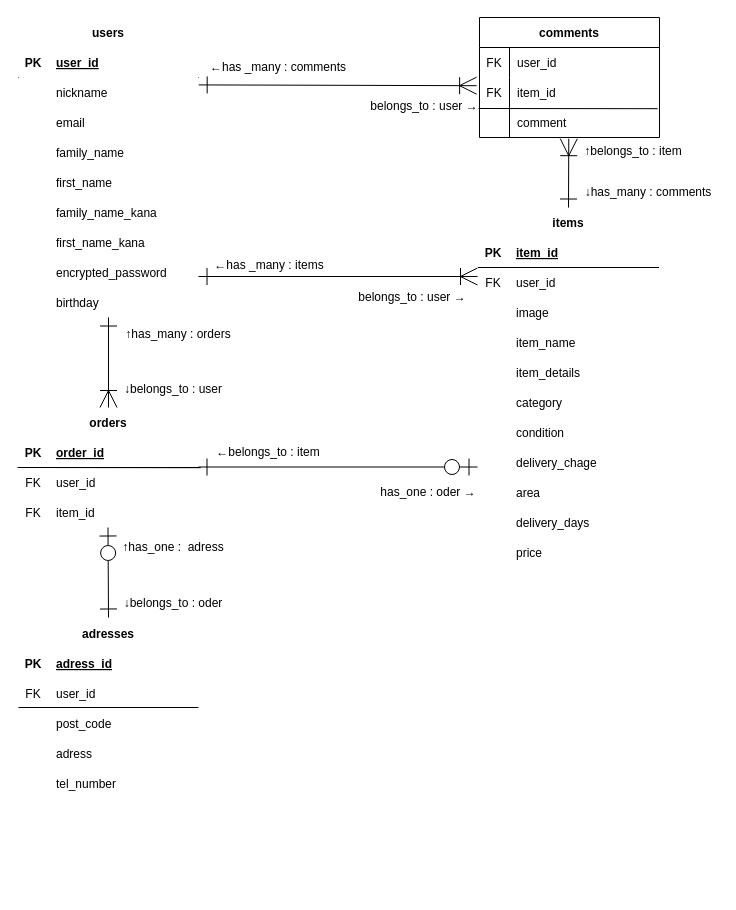
Above: furima.dio in koguma-san/furima-40371 (draw.io), before the change. Source tidied: cells renumbered, new cells numbered last; positions are measured from the earlier drawing's top-left corner, leaving out a move shared by most shapes. Both pictures are drawn from the tidied source at 100%, with x=0, y=0 at pixel (17, 17).
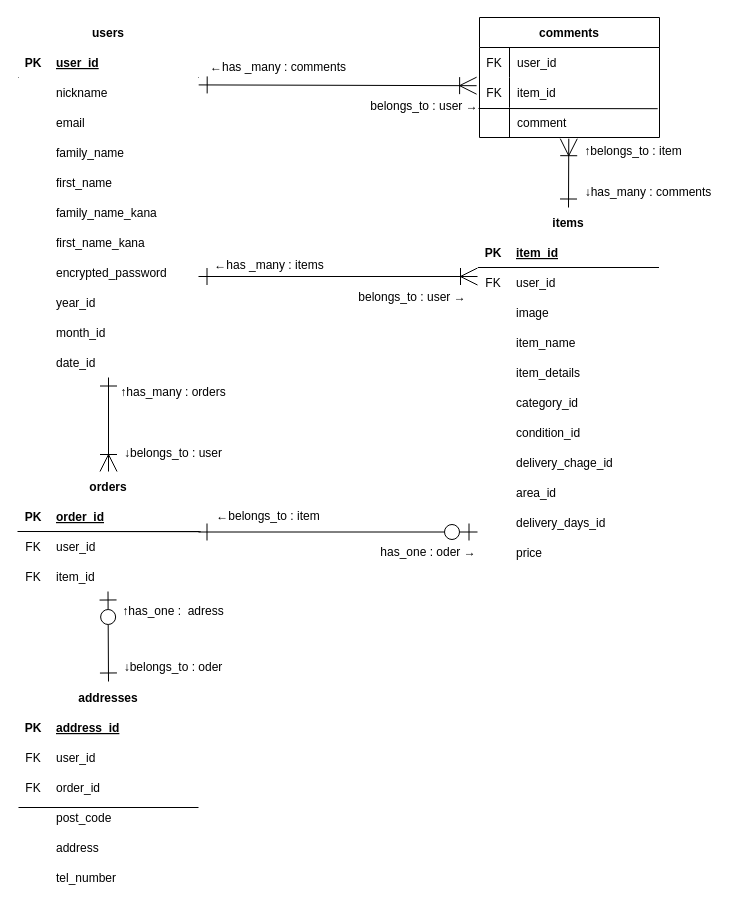
The same page after the edit.

Commit message (it also covers changes not shown here):
データベース設計修正

The change refers to these unchanged cells:
```xml
<mxCell id="27" style="shape=tableRow;horizontal=0;startSize=0;swimlaneHead=0;swimlaneBody=0;fillColor=none;points=[[0,0.5],[1,0.5]];portConstraint=eastwest;top=0;left=0;right=0;bottom=0;strokeColor=#ffffff;" parent="2" vertex="1">
  <mxGeometry y="270" width="180" height="30" as="geometry" />
</mxCell>
<mxCell id="46" style="shape=tableRow;horizontal=0;startSize=0;swimlaneHead=0;swimlaneBody=0;fillColor=none;top=0;left=0;right=0;bottom=0;strokeColor=#ffffff;" parent="30" vertex="1">
  <mxGeometry y="180" width="180" height="30" as="geometry" />
</mxCell>
<mxCell id="49" style="shape=tableRow;horizontal=0;startSize=0;swimlaneHead=0;swimlaneBody=0;fillColor=none;top=0;left=0;right=0;bottom=0;strokeColor=#ffffff;" parent="30" vertex="1">
  <mxGeometry y="210" width="180" height="30" as="geometry" />
</mxCell>
<mxCell id="52" style="shape=tableRow;horizontal=0;startSize=0;swimlaneHead=0;swimlaneBody=0;fillColor=none;top=0;left=0;right=0;bottom=0;strokeColor=#ffffff;" parent="30" vertex="1">
  <mxGeometry y="240" width="180" height="30" as="geometry" />
</mxCell>
<mxCell id="55" style="shape=tableRow;horizontal=0;startSize=0;swimlaneHead=0;swimlaneBody=0;fillColor=none;top=0;left=0;right=0;bottom=0;strokeColor=#ffffff;" parent="30" vertex="1">
  <mxGeometry y="270" width="180" height="30" as="geometry" />
</mxCell>
<mxCell id="58" style="shape=tableRow;horizontal=0;startSize=0;swimlaneHead=0;swimlaneBody=0;fillColor=none;top=0;left=0;right=0;bottom=0;strokeColor=#ffffff;" parent="30" vertex="1">
  <mxGeometry y="300" width="180" height="30" as="geometry" />
</mxCell>
<mxCell id="68" style="shape=tableRow;horizontal=0;startSize=0;swimlaneHead=0;swimlaneBody=0;fillColor=none;points=[[0,0.5],[1,0.5]];portConstraint=eastwest;top=0;left=0;right=0;bottom=0;strokeColor=#ffffff;" parent="64" vertex="1">
  <mxGeometry y="60" width="180" height="30" as="geometry" />
</mxCell>
<mxCell id="75" style="shape=tableRow;horizontal=0;startSize=0;swimlaneHead=0;swimlaneBody=0;fillColor=none;top=0;left=0;right=0;bottom=1;strokeColor=#ffffff;" parent="74" vertex="1">
  <mxGeometry y="30" width="180" height="30" as="geometry" />
</mxCell>
```

What changed in the source:
```diff
@@
     <mxCell id="2" value="users" style="shape=table;startSize=30;childLayout=tableLayout;rowLines=0;fontStyle=1;align=center;strokeColor=#ffffff;" parent="1" vertex="1">
-      <mxGeometry x="1" width="180" height="300" as="geometry" />
+      <mxGeometry x="1" width="180" height="360" as="geometry" />
     </mxCell>
@@
-    <mxCell id="29" value="birthday" style="shape=partialRectangle;fillColor=none;top=0;left=0;bottom=0;right=0;align=left;spacingLeft=6;overflow=hidden;strokeColor=#ffffff;" parent="27" vertex="1">
+    <mxCell id="29" value="year_id" style="shape=partialRectangle;fillColor=none;top=0;left=0;bottom=0;right=0;align=left;spacingLeft=6;overflow=hidden;strokeColor=#ffffff;" parent="27" vertex="1">
       <mxGeometry x="30" width="150" height="30" as="geometry" />
     </mxCell>
+    <mxCell id="125" style="shape=tableRow;horizontal=0;startSize=0;swimlaneHead=0;swimlaneBody=0;fillColor=none;top=0;left=0;right=0;bottom=0;strokeColor=default;" parent="2" vertex="1">
+      <mxGeometry y="300" width="180" height="30" as="geometry" />
+    </mxCell>
+    <mxCell id="126" style="shape=partialRectangle;fillColor=none;top=0;left=0;bottom=0;right=0;overflow=hidden;strokeColor=default;" parent="125" vertex="1">
+      <mxGeometry width="30" height="30" as="geometry" />
+    </mxCell>
+    <mxCell id="127" value="month_id" style="shape=partialRectangle;fillColor=none;top=0;left=0;bottom=0;right=0;align=left;spacingLeft=6;overflow=hidden;strokeColor=default;" parent="125" vertex="1">
+      <mxGeometry x="30" width="150" height="30" as="geometry" />
+    </mxCell>
+    <mxCell id="128" style="shape=tableRow;horizontal=0;startSize=0;swimlaneHead=0;swimlaneBody=0;fillColor=none;top=0;left=0;right=0;bottom=0;strokeColor=default;" parent="2" vertex="1">
+      <mxGeometry y="330" width="180" height="30" as="geometry" />
+    </mxCell>
+    <mxCell id="129" style="shape=partialRectangle;fillColor=none;top=0;left=0;bottom=0;right=0;overflow=hidden;strokeColor=default;" parent="128" vertex="1">
+      <mxGeometry width="30" height="30" as="geometry" />
+    </mxCell>
+    <mxCell id="130" value="date_id" style="shape=partialRectangle;fillColor=none;top=0;left=0;bottom=0;right=0;align=left;spacingLeft=6;overflow=hidden;strokeColor=default;" parent="128" vertex="1">
+      <mxGeometry x="30" width="150" height="30" as="geometry" />
+    </mxCell>
@@
-    <mxCell id="48" value="category" style="shape=partialRectangle;fillColor=none;top=0;left=0;bottom=0;right=0;align=left;spacingLeft=6;overflow=hidden;strokeColor=#ffffff;" parent="46" vertex="1">
+    <mxCell id="48" value="category_id" style="shape=partialRectangle;fillColor=none;top=0;left=0;bottom=0;right=0;align=left;spacingLeft=6;overflow=hidden;strokeColor=#ffffff;" parent="46" vertex="1">
       <mxGeometry x="30" width="150" height="30" as="geometry" />
     </mxCell>
@@
-    <mxCell id="51" value="condition" style="shape=partialRectangle;fillColor=none;top=0;left=0;bottom=0;right=0;align=left;spacingLeft=6;overflow=hidden;strokeColor=#ffffff;" parent="49" vertex="1">
+    <mxCell id="51" value="condition_id" style="shape=partialRectangle;fillColor=none;top=0;left=0;bottom=0;right=0;align=left;spacingLeft=6;overflow=hidden;strokeColor=#ffffff;" parent="49" vertex="1">
       <mxGeometry x="30" width="150" height="30" as="geometry" />
     </mxCell>
@@
-    <mxCell id="54" value="delivery_chage" style="shape=partialRectangle;fillColor=none;top=0;left=0;bottom=0;right=0;align=left;spacingLeft=6;overflow=hidden;strokeColor=#ffffff;" parent="52" vertex="1">
+    <mxCell id="54" value="delivery_chage_id" style="shape=partialRectangle;fillColor=none;top=0;left=0;bottom=0;right=0;align=left;spacingLeft=6;overflow=hidden;strokeColor=#ffffff;" parent="52" vertex="1">
       <mxGeometry x="30" width="150" height="30" as="geometry" />
     </mxCell>
@@
-    <mxCell id="57" value="area" style="shape=partialRectangle;fillColor=none;top=0;left=0;bottom=0;right=0;align=left;spacingLeft=6;overflow=hidden;strokeColor=#ffffff;" parent="55" vertex="1">
+    <mxCell id="57" value="area_id" style="shape=partialRectangle;fillColor=none;top=0;left=0;bottom=0;right=0;align=left;spacingLeft=6;overflow=hidden;strokeColor=#ffffff;" parent="55" vertex="1">
       <mxGeometry x="30" width="150" height="30" as="geometry" />
     </mxCell>
@@
-    <mxCell id="60" value="delivery_days" style="shape=partialRectangle;fillColor=none;top=0;left=0;bottom=0;right=0;align=left;spacingLeft=6;overflow=hidden;strokeColor=#ffffff;" parent="58" vertex="1">
+    <mxCell id="60" value="delivery_days_id" style="shape=partialRectangle;fillColor=none;top=0;left=0;bottom=0;right=0;align=left;spacingLeft=6;overflow=hidden;strokeColor=#ffffff;" parent="58" vertex="1">
       <mxGeometry x="30" width="150" height="30" as="geometry" />
     </mxCell>
@@
     <mxCell id="64" value="orders" style="shape=table;startSize=30;childLayout=tableLayout;rowLines=0;fontStyle=1;align=center;strokeColor=#ffffff;" parent="1" vertex="1">
-      <mxGeometry x="1" y="390" width="180" height="120" as="geometry" />
+      <mxGeometry x="1" y="454" width="180" height="120" as="geometry" />
     </mxCell>
@@
-    <mxCell id="74" value="adresses" style="shape=table;startSize=30;childLayout=tableLayout;rowLines=0;fontStyle=1;align=center;strokeColor=#ffffff;" parent="1" vertex="1">
-      <mxGeometry x="1" y="601" width="180" height="180" as="geometry" />
+    <mxCell id="74" value="addresses" style="shape=table;startSize=30;childLayout=tableLayout;rowLines=0;fontStyle=1;align=center;strokeColor=#ffffff;" parent="1" vertex="1">
+      <mxGeometry x="1" y="665" width="180" height="210" as="geometry" />
     </mxCell>
@@
-    <mxCell id="77" value="adress_id" style="shape=partialRectangle;fillColor=none;top=0;left=0;bottom=0;right=0;align=left;spacingLeft=6;fontStyle=5;overflow=hidden;strokeColor=#ffffff;" parent="75" vertex="1">
+    <mxCell id="77" value="address_id" style="shape=partialRectangle;fillColor=none;top=0;left=0;bottom=0;right=0;align=left;spacingLeft=6;fontStyle=5;overflow=hidden;strokeColor=#ffffff;" parent="75" vertex="1">
       <mxGeometry x="30" width="150" height="30" as="geometry" />
     </mxCell>
@@
+    <mxCell id="131" style="shape=tableRow;horizontal=0;startSize=0;swimlaneHead=0;swimlaneBody=0;fillColor=none;top=0;left=0;right=0;bottom=0;strokeColor=default;" parent="74" vertex="1">
+      <mxGeometry y="90" width="180" height="30" as="geometry" />
+    </mxCell>
+    <mxCell id="132" value="FK" style="shape=partialRectangle;fillColor=none;top=0;left=0;bottom=0;right=0;fontStyle=0;overflow=hidden;strokeColor=default;" parent="131" vertex="1">
+      <mxGeometry width="30" height="30" as="geometry" />
+    </mxCell>
+    <mxCell id="133" value="order_id" style="shape=partialRectangle;fillColor=none;top=0;left=0;bottom=0;right=0;align=left;spacingLeft=6;fontStyle=0;overflow=hidden;strokeColor=default;" parent="131" vertex="1">
+      <mxGeometry x="30" width="150" height="30" as="geometry" />
+    </mxCell>
     <mxCell id="81" style="shape=tableRow;horizontal=0;startSize=0;swimlaneHead=0;swimlaneBody=0;fillColor=none;top=0;left=0;right=0;bottom=0;strokeColor=#ffffff;" parent="74" vertex="1">
-      <mxGeometry y="90" width="180" height="30" as="geometry" />
+      <mxGeometry y="120" width="180" height="30" as="geometry" />
     </mxCell>
@@
     <mxCell id="84" style="shape=tableRow;horizontal=0;startSize=0;swimlaneHead=0;swimlaneBody=0;fillColor=none;top=0;left=0;right=0;bottom=0;strokeColor=#ffffff;" parent="74" vertex="1">
-      <mxGeometry y="120" width="180" height="30" as="geometry" />
+      <mxGeometry y="150" width="180" height="30" as="geometry" />
     </mxCell>
@@
-    <mxCell id="86" value="adress" style="shape=partialRectangle;fillColor=none;top=0;left=0;bottom=0;right=0;align=left;spacingLeft=6;overflow=hidden;strokeColor=#ffffff;" parent="84" vertex="1">
+    <mxCell id="86" value="address" style="shape=partialRectangle;fillColor=none;top=0;left=0;bottom=0;right=0;align=left;spacingLeft=6;overflow=hidden;strokeColor=#ffffff;" parent="84" vertex="1">
       <mxGeometry x="30" width="150" height="30" as="geometry" />
     </mxCell>
     <mxCell id="87" style="shape=tableRow;horizontal=0;startSize=0;swimlaneHead=0;swimlaneBody=0;fillColor=none;top=0;left=0;right=0;bottom=0;strokeColor=#ffffff;" parent="74" vertex="1">
-      <mxGeometry y="150" width="180" height="30" as="geometry" />
+      <mxGeometry y="180" width="180" height="30" as="geometry" />
     </mxCell>
@@
-    <mxCell id="96" style="fontSize=12;html=1;endArrow=ERoneToMany;startArrow=ERone;startFill=0;strokeWidth=1;endSize=15;startSize=15;" parent="1" edge="1" source="27" target="64">
-      <mxGeometry relative="1" as="geometry" />
+    <mxCell id="96" style="fontSize=12;html=1;endArrow=ERoneToMany;startArrow=ERone;startFill=0;strokeWidth=1;endSize=15;startSize=15;" parent="1" edge="1" target="64">
+      <mxGeometry relative="1" as="geometry">
+        <mxPoint x="91" y="360" as="sourcePoint" />
+      </mxGeometry>
     </mxCell>
     <mxCell id="97" style="fontSize=12;html=1;endArrow=ERzeroToOne;exitX=1;exitY=0.5;exitDx=0;exitDy=0;startArrow=ERone;startFill=0;strokeWidth=1;endSize=15;startSize=15;endFill=0;" parent="1" edge="1">
       <mxGeometry relative="1" as="geometry">
-        <mxPoint x="181" y="449.5" as="sourcePoint" />
-        <mxPoint x="460" y="449.5" as="targetPoint" />
+        <mxPoint x="181" y="514.5" as="sourcePoint" />
+        <mxPoint x="460" y="514.5" as="targetPoint" />
       </mxGeometry>
     </mxCell>
     <mxCell id="98" style="fontSize=12;html=1;endArrow=ERone;startArrow=ERzeroToOne;startFill=0;strokeWidth=1;endSize=15;startSize=15;endFill=0;" parent="1" edge="1">
       <mxGeometry relative="1" as="geometry">
-        <mxPoint x="90.5" y="510" as="sourcePoint" />
-        <mxPoint x="91" y="600" as="targetPoint" />
+        <mxPoint x="90.5" y="574" as="sourcePoint" />
+        <mxPoint x="91" y="664" as="targetPoint" />
       </mxGeometry>
     </mxCell>
@@
     <mxCell id="101" value="←belongs_to : item" style="text;html=1;strokeColor=none;fillColor=none;align=center;verticalAlign=middle;whiteSpace=wrap;rounded=0;" parent="1" vertex="1">
-      <mxGeometry x="191" y="420" width="120" height="30" as="geometry" />
+      <mxGeometry x="191" y="484" width="120" height="30" as="geometry" />
     </mxCell>
@@
     <mxCell id="105" value="↓belongs_to : user" style="text;html=1;strokeColor=none;fillColor=none;align=center;verticalAlign=middle;whiteSpace=wrap;rounded=0;" parent="1" vertex="1">
-      <mxGeometry x="101" y="357" width="110" height="30" as="geometry" />
+      <mxGeometry x="101" y="421" width="110" height="30" as="geometry" />
     </mxCell>
     <mxCell id="106" value="↑has_many : orders" style="text;html=1;strokeColor=none;fillColor=none;align=center;verticalAlign=middle;whiteSpace=wrap;rounded=0;" parent="1" vertex="1">
-      <mxGeometry x="101" y="302" width="120" height="30" as="geometry" />
+      <mxGeometry x="96" y="360" width="120" height="30" as="geometry" />
     </mxCell>
@@
     <mxCell id="108" value="has_one : oder →" style="text;html=1;strokeColor=none;fillColor=none;align=center;verticalAlign=middle;whiteSpace=wrap;rounded=0;" parent="1" vertex="1">
-      <mxGeometry x="361" y="460" width="100" height="30" as="geometry" />
+      <mxGeometry x="361" y="520" width="100" height="30" as="geometry" />
     </mxCell>
     <mxCell id="109" value="↑has_one :&amp;nbsp; adress" style="text;html=1;strokeColor=none;fillColor=none;align=center;verticalAlign=middle;whiteSpace=wrap;rounded=0;" parent="1" vertex="1">
-      <mxGeometry x="101" y="515" width="110" height="30" as="geometry" />
+      <mxGeometry x="101" y="579" width="110" height="30" as="geometry" />
     </mxCell>
     <mxCell id="110" value="↓belongs_to : oder" style="text;html=1;strokeColor=none;fillColor=none;align=center;verticalAlign=middle;whiteSpace=wrap;rounded=0;" parent="1" vertex="1">
-      <mxGeometry x="101" y="571" width="110" height="30" as="geometry" />
+      <mxGeometry x="101" y="635" width="110" height="30" as="geometry" />
     </mxCell>
@@
     <mxCell id="122" style="endArrow=none;html=1;rounded=0;strokeWidth=1;startSize=15;endSize=15;" parent="1" edge="1" target="68">
       <mxGeometry relative="1" as="geometry">
-        <mxPoint x="1" y="450" as="sourcePoint" />
+        <mxPoint x="1" y="514" as="sourcePoint" />
       </mxGeometry>
     </mxCell>
     <mxCell id="123" style="endArrow=none;html=1;rounded=0;strokeWidth=1;startSize=15;endSize=15;entryX=0.962;entryY=0.007;entryDx=0;entryDy=0;entryPerimeter=0;" parent="1" edge="1">
       <mxGeometry relative="1" as="geometry">
-        <mxPoint y="450" as="sourcePoint" />
-        <mxPoint x="183.2" y="450.2" as="targetPoint" />
+        <mxPoint y="514" as="sourcePoint" />
+        <mxPoint x="183.2" y="514.2" as="targetPoint" />
       </mxGeometry>
     </mxCell>
-    <mxCell id="124" style="endArrow=none;html=1;rounded=0;strokeWidth=1;startSize=15;endSize=15;" parent="1" edge="1">
-      <mxGeometry relative="1" as="geometry">
-        <mxPoint x="1" y="690" as="sourcePoint" />
-        <mxPoint x="181" y="690" as="targetPoint" />
-      </mxGeometry>
-    </mxCell>
+    <mxCell id="134" style="line;strokeWidth=1;dashed=0;labelPosition=right;align=left;verticalAlign=middle;spacingTop=0;spacingLeft=6;strokeColor=default;" parent="1" vertex="1">
+      <mxGeometry x="1" y="785" width="180" height="10" as="geometry" />
+    </mxCell>
```
